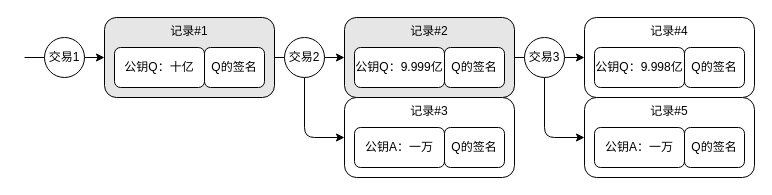
The draw.io diagram page "tx3" (3 of 6) of draw/ch03.drawio in zxh0/blockchain-book, before the edit. Source tidied: cells renumbered, new cells numbered last; positions are measured from the earlier drawing's top-left corner, leaving out a move shared by most shapes. Both pictures are drawn from the tidied source at 100%, with x=0, y=0 at pixel (24, 17).
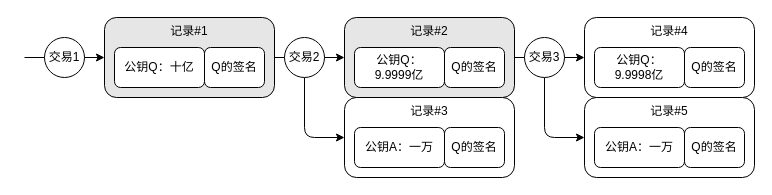
The same diagram, later.

Diff of the diagram source:
```diff
@@
-    <mxCell id="9" value="公钥Q：9.999亿" style="rounded=1;whiteSpace=wrap;html=1;" parent="1" vertex="1">
+    <mxCell id="9" value="公钥Q：&lt;br&gt;9.9999亿" style="rounded=1;whiteSpace=wrap;html=1;" parent="1" vertex="1">
       <mxGeometry x="330" y="30" width="90" height="40" as="geometry" />
     </mxCell>
@@
-    <mxCell id="18" value="公钥Q：9.998亿" style="rounded=1;whiteSpace=wrap;html=1;" parent="1" vertex="1">
+    <mxCell id="18" value="公钥Q：&lt;br&gt;9.9998亿" style="rounded=1;whiteSpace=wrap;html=1;" parent="1" vertex="1">
       <mxGeometry x="570" y="30" width="90" height="40" as="geometry" />
     </mxCell>
```
